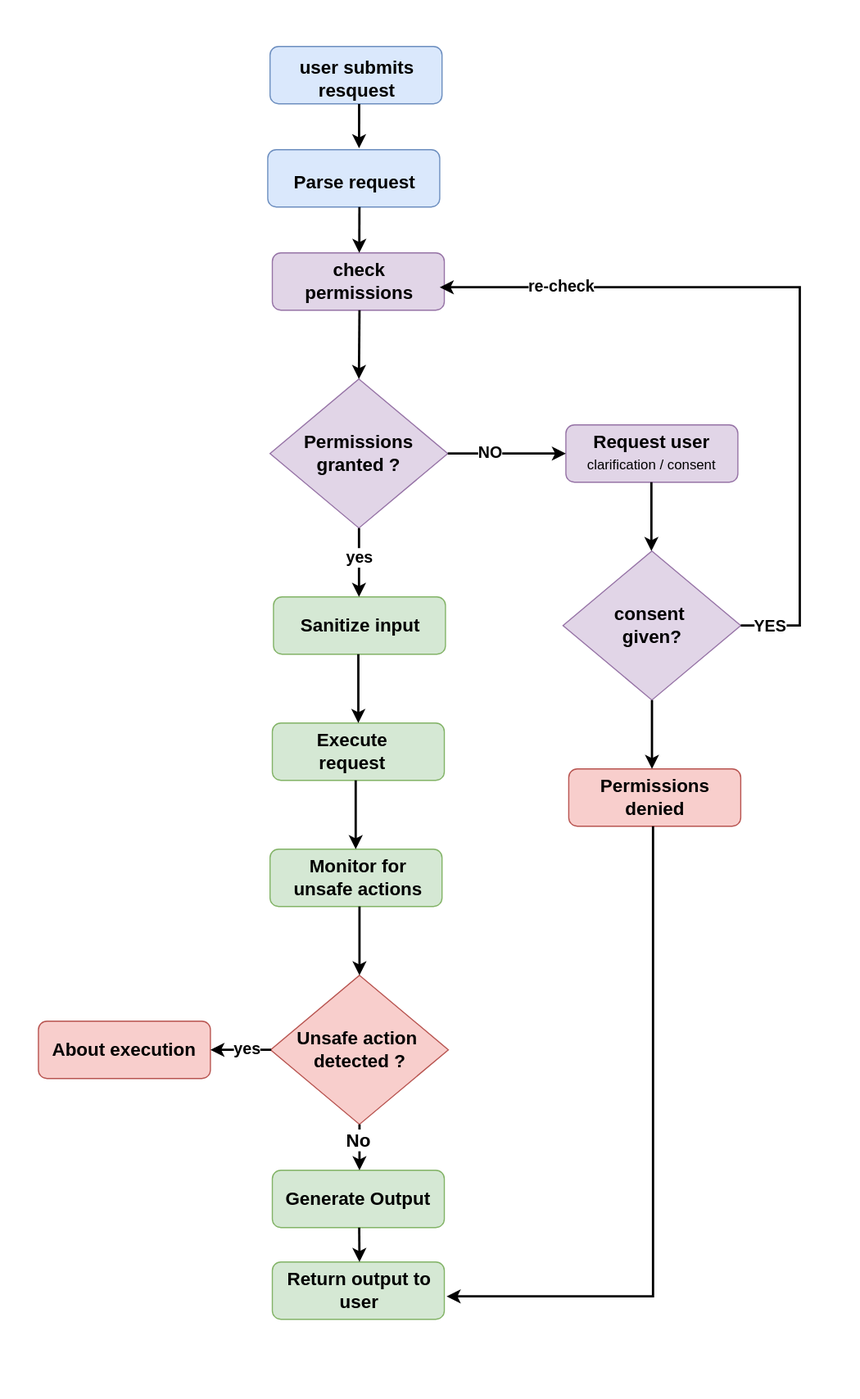
Earlier version of the draw.io export Claude Code/claude code fundamental/lab04/architecture.svg (poridhiEng/lab-asset). Source tidied: cells renumbered, new cells last; positions are measured from the earlier drawing's top-left corner, leaving out a move shared by most shapes.
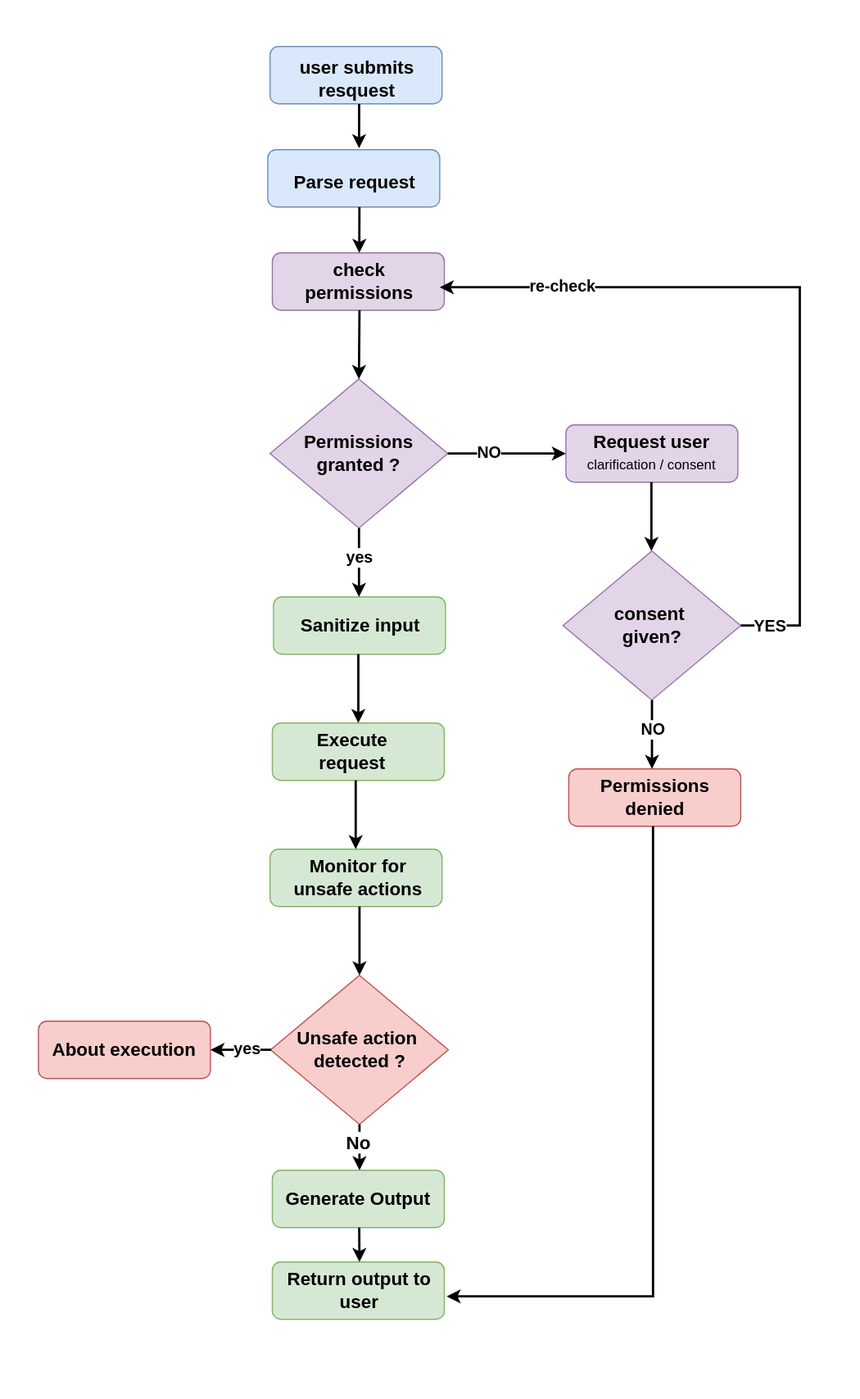
The same diagram one commit later.

What changed in the source:
```diff
@@ -141,6 +141,9 @@
         <mxPoint x="568.1" y="670" as="targetPoint" />
       </mxGeometry>
     </mxCell>
+    <mxCell id="52" value="&lt;b&gt;&lt;font style=&quot;font-size: 14px;&quot;&gt;NO&lt;/font&gt;&lt;/b&gt;" style="edgeLabel;html=1;align=center;verticalAlign=middle;" parent="40" vertex="1">
+      <mxGeometry x="-0.15" relative="1" as="geometry" />
+    </mxCell>
     <mxCell id="41" value="&lt;b&gt;&lt;font style=&quot;font-size: 16px;&quot;&gt;Permissions denied&lt;/font&gt;&lt;/b&gt;" style="text;html=1;whiteSpace=wrap;strokeColor=none;fillColor=none;align=center;verticalAlign=middle;rounded=0;" parent="1" vertex="1">
       <mxGeometry x="500.5" y="680" width="140" height="30" as="geometry" />
     </mxCell>
```
